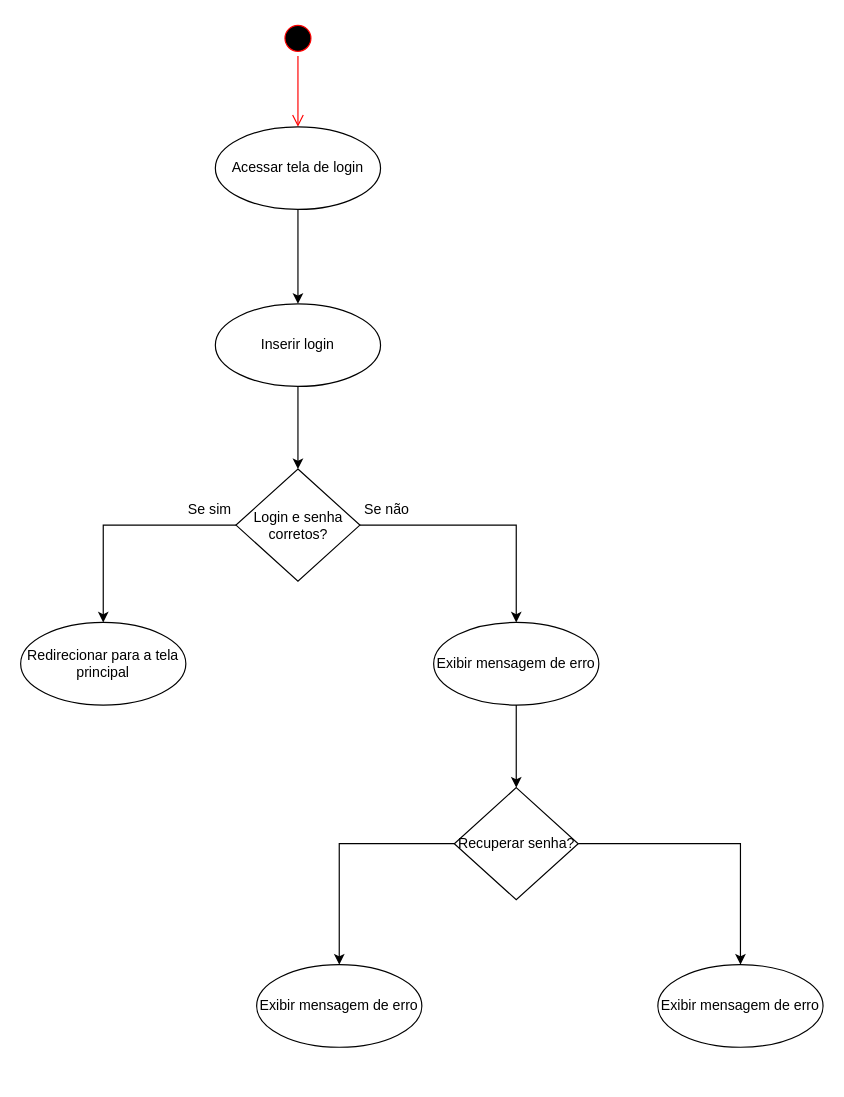
The draw.io diagram Diagrama sem nome.drawio in Marlon-Isaac/tcc, before the edit. Source tidied: cells renumbered, new cells numbered last; positions are measured from the earlier drawing's top-left corner, leaving out a move shared by most shapes. Both pictures are drawn from the tidied source at 118%, with x=0, y=0 at pixel (20, 20).
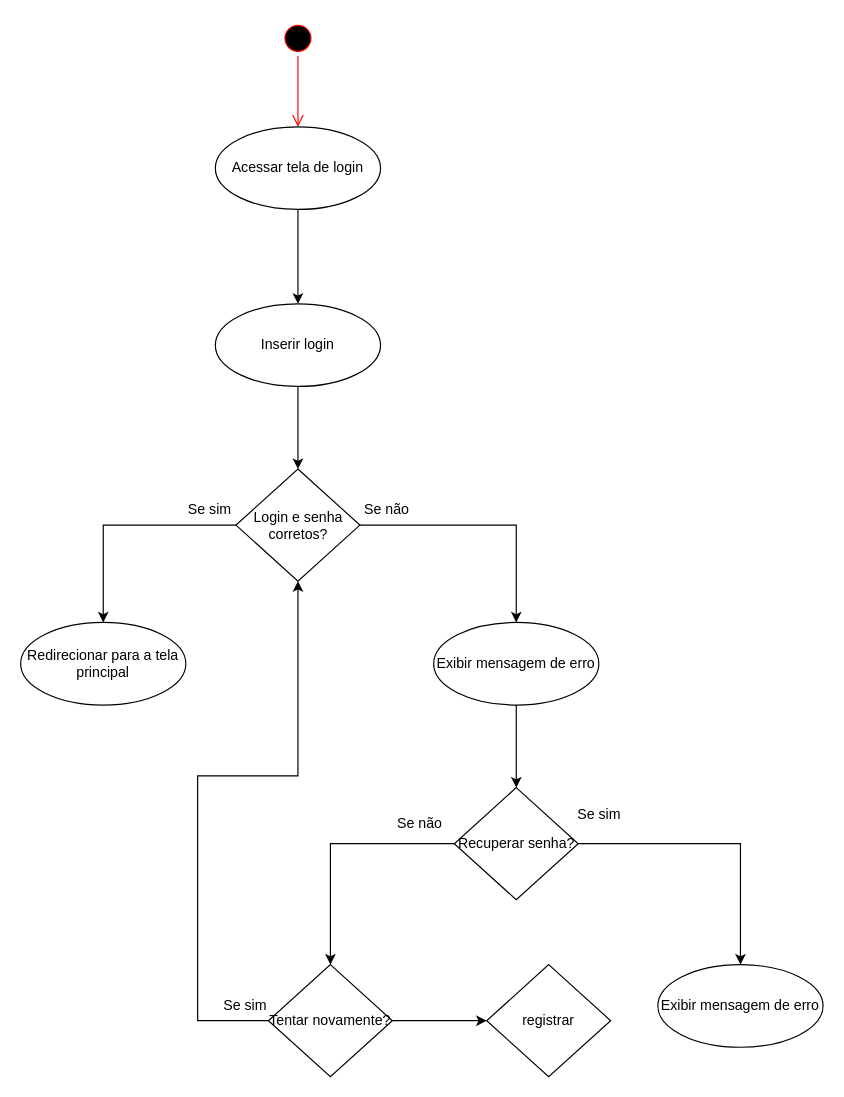
The same page after the edit.

Unchanged cells that the change refers to:
```xml
<mxCell id="9" value="Login e senha corretos?" style="rhombus;whiteSpace=wrap;html=1;" parent="1" vertex="1">
  <mxGeometry x="182.5" y="380" width="105" height="95" as="geometry" />
</mxCell>
<mxCell id="18" value="Recuperar senha?" style="rhombus;whiteSpace=wrap;html=1;" parent="1" vertex="1">
  <mxGeometry x="367.5" y="650" width="105" height="95" as="geometry" />
</mxCell>
```

What changed in the source:
```diff
@@
-    <mxCell id="17" style="edgeStyle=orthogonalEdgeStyle;rounded=0;jettySize=auto;html=1;" parent="1" edge="1" source="18" target="20">
+    <mxCell id="17" style="edgeStyle=orthogonalEdgeStyle;rounded=0;jettySize=auto;html=1;" parent="1" edge="1" source="18" target="25">
       <mxGeometry relative="1" as="geometry" />
     </mxCell>
@@
-    <mxCell id="20" value="Exibir mensagem de erro" style="ellipse;whiteSpace=wrap;html=1;" parent="1" vertex="1">
-      <mxGeometry x="200" y="800" width="140" height="70" as="geometry" />
-    </mxCell>
+    <mxCell id="21" value="Se sim" style="text;html=1;align=center;verticalAlign=middle;strokeColor=none;fillColor=none;" parent="1" vertex="1">
+      <mxGeometry x="460" y="658" width="60" height="30" as="geometry" />
+    </mxCell>
+    <mxCell id="22" value="Se não" style="text;html=1;align=center;verticalAlign=middle;strokeColor=none;fillColor=none;" parent="1" vertex="1">
+      <mxGeometry x="307.5" y="666" width="60" height="30" as="geometry" />
+    </mxCell>
+    <mxCell id="23" style="edgeStyle=orthogonalEdgeStyle;rounded=0;jettySize=auto;html=1;entryX=0.5;entryY=1;entryDx=0;entryDy=0;" parent="1" edge="1" source="25" target="9">
+      <mxGeometry relative="1" as="geometry">
+        <Array as="points">
+          <mxPoint x="150" y="848" />
+          <mxPoint x="150" y="640" />
+          <mxPoint x="235" y="640" />
+        </Array>
+      </mxGeometry>
+    </mxCell>
+    <mxCell id="24" style="edgeStyle=orthogonalEdgeStyle;rounded=0;jettySize=auto;html=1;" parent="1" edge="1" source="25" target="27">
+      <mxGeometry relative="1" as="geometry" />
+    </mxCell>
+    <mxCell id="25" value="Tentar novamente?" style="rhombus;whiteSpace=wrap;html=1;" parent="1" vertex="1">
+      <mxGeometry x="210" y="800" width="105" height="95" as="geometry" />
+    </mxCell>
+    <mxCell id="26" value="Se sim" style="text;html=1;align=center;verticalAlign=middle;strokeColor=none;fillColor=none;" parent="1" vertex="1">
+      <mxGeometry x="160" y="820" width="60" height="30" as="geometry" />
+    </mxCell>
+    <mxCell id="27" value="registrar" style="rhombus;whiteSpace=wrap;html=1;" parent="1" vertex="1">
+      <mxGeometry x="395" y="800" width="105" height="95" as="geometry" />
+    </mxCell>
```
